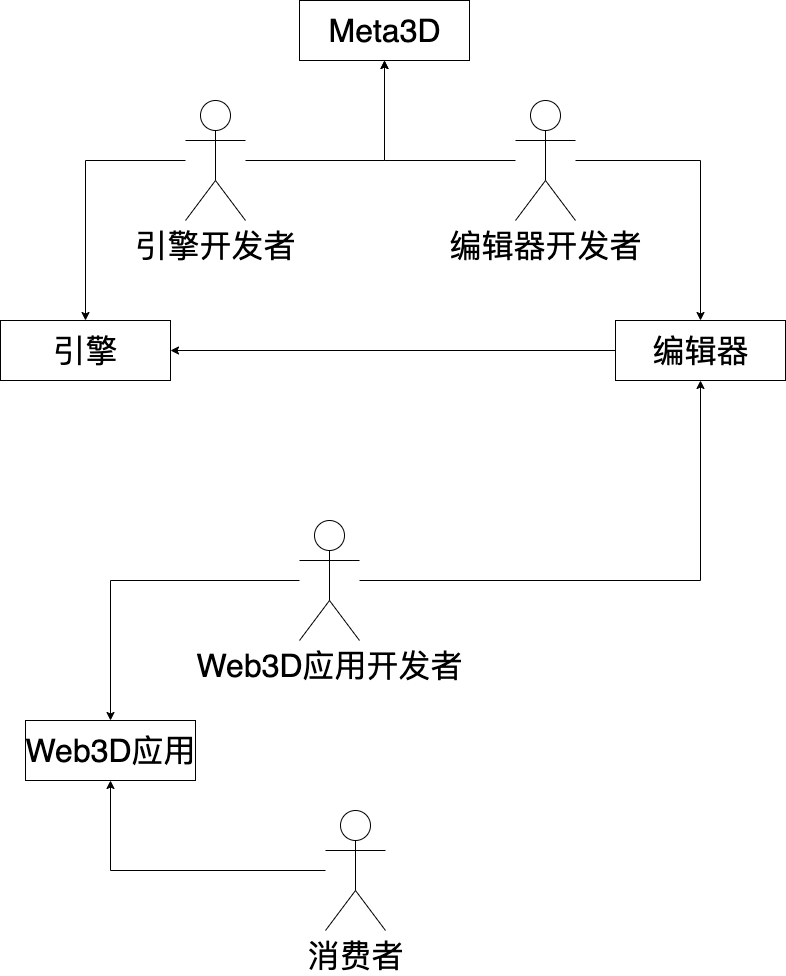
The draw.io diagram static/img/简介/用户上下文关系.png in Meta3D-Technology/Meta3D-Website, before a commit. Source tidied: cells renumbered, new cells last; positions are measured from the earlier drawing's top-left corner, leaving out a move shared by most shapes. Its diagram source:
```xml
<mxGraphModel>
  <root>
    <mxCell id="0" />
    <mxCell id="1" parent="0" />
    <mxCell id="2" style="edgeStyle=orthogonalEdgeStyle;rounded=0;jettySize=auto;html=1;entryX=0.5;entryY=1;entryDx=0;entryDy=0;" parent="1" edge="1" source="4" target="5">
      <mxGeometry relative="1" as="geometry" />
    </mxCell>
    <mxCell id="3" style="edgeStyle=orthogonalEdgeStyle;rounded=0;jettySize=auto;html=1;entryX=0.5;entryY=0;entryDx=0;entryDy=0;" parent="1" edge="1" source="4" target="11">
      <mxGeometry relative="1" as="geometry" />
    </mxCell>
    <mxCell id="4" value="引擎开发者" style="shape=umlActor;verticalLabelPosition=bottom;verticalAlign=top;html=1;outlineConnect=0;fontSize=32;" parent="1" vertex="1">
      <mxGeometry x="185" y="100" width="60" height="120" as="geometry" />
    </mxCell>
    <mxCell id="5" value="Meta3D" style="html=1;fontSize=32;" parent="1" vertex="1">
      <mxGeometry x="299" width="170" height="60" as="geometry" />
    </mxCell>
    <mxCell id="6" style="edgeStyle=orthogonalEdgeStyle;rounded=0;jettySize=auto;html=1;entryX=0.5;entryY=1;entryDx=0;entryDy=0;" parent="1" edge="1" source="8" target="16">
      <mxGeometry relative="1" as="geometry" />
    </mxCell>
    <mxCell id="7" style="edgeStyle=orthogonalEdgeStyle;rounded=0;jettySize=auto;html=1;" parent="1" edge="1" source="8" target="17">
      <mxGeometry relative="1" as="geometry" />
    </mxCell>
    <mxCell id="8" value="Web3D应用开发者" style="shape=umlActor;verticalLabelPosition=bottom;verticalAlign=top;html=1;outlineConnect=0;fontSize=32;" parent="1" vertex="1">
      <mxGeometry x="299" y="520" width="60" height="120" as="geometry" />
    </mxCell>
    <mxCell id="9" style="edgeStyle=orthogonalEdgeStyle;rounded=0;jettySize=auto;html=1;entryX=0.5;entryY=1;entryDx=0;entryDy=0;" parent="1" edge="1" source="10" target="17">
      <mxGeometry relative="1" as="geometry" />
    </mxCell>
    <mxCell id="10" value="消费者" style="shape=umlActor;verticalLabelPosition=bottom;verticalAlign=top;html=1;outlineConnect=0;fontSize=32;" parent="1" vertex="1">
      <mxGeometry x="325" y="810" width="60" height="120" as="geometry" />
    </mxCell>
    <mxCell id="11" value="引擎" style="html=1;fontSize=32;" parent="1" vertex="1">
      <mxGeometry y="320" width="170" height="60" as="geometry" />
    </mxCell>
    <mxCell id="12" style="edgeStyle=orthogonalEdgeStyle;rounded=0;jettySize=auto;html=1;entryX=0.5;entryY=1;entryDx=0;entryDy=0;" parent="1" edge="1" source="14" target="5">
      <mxGeometry relative="1" as="geometry" />
    </mxCell>
    <mxCell id="13" style="edgeStyle=orthogonalEdgeStyle;rounded=0;jettySize=auto;html=1;" parent="1" edge="1" source="14" target="16">
      <mxGeometry relative="1" as="geometry" />
    </mxCell>
    <mxCell id="14" value="编辑器开发者" style="shape=umlActor;verticalLabelPosition=bottom;verticalAlign=top;html=1;outlineConnect=0;fontSize=32;" parent="1" vertex="1">
      <mxGeometry x="515" y="100" width="60" height="120" as="geometry" />
    </mxCell>
    <mxCell id="15" style="edgeStyle=orthogonalEdgeStyle;rounded=0;jettySize=auto;html=1;" parent="1" edge="1" source="16" target="11">
      <mxGeometry relative="1" as="geometry" />
    </mxCell>
    <mxCell id="16" value="编辑器" style="html=1;fontSize=32;" parent="1" vertex="1">
      <mxGeometry x="615" y="320" width="170" height="60" as="geometry" />
    </mxCell>
    <mxCell id="17" value="Web3D应用" style="html=1;fontSize=32;" parent="1" vertex="1">
      <mxGeometry x="25" y="720" width="170" height="60" as="geometry" />
    </mxCell>
  </root>
</mxGraphModel>
```
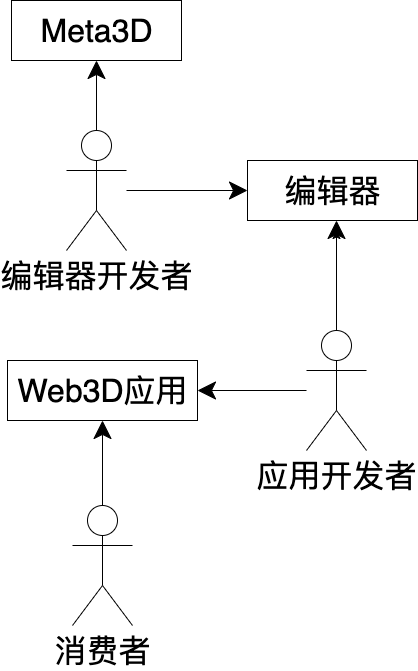
After the commit.

The edit, as a diff of the source:
```diff
@@ -2,53 +2,45 @@
   <root>
     <mxCell id="0" />
     <mxCell id="1" parent="0" />
-    <mxCell id="2" style="edgeStyle=orthogonalEdgeStyle;rounded=0;jettySize=auto;html=1;entryX=0.5;entryY=1;entryDx=0;entryDy=0;" parent="1" edge="1" source="4" target="5">
-      <mxGeometry relative="1" as="geometry" />
-    </mxCell>
-    <mxCell id="3" style="edgeStyle=orthogonalEdgeStyle;rounded=0;jettySize=auto;html=1;entryX=0.5;entryY=0;entryDx=0;entryDy=0;" parent="1" edge="1" source="4" target="11">
-      <mxGeometry relative="1" as="geometry" />
-    </mxCell>
-    <mxCell id="4" value="引擎开发者" style="shape=umlActor;verticalLabelPosition=bottom;verticalAlign=top;html=1;outlineConnect=0;fontSize=32;" parent="1" vertex="1">
-      <mxGeometry x="185" y="100" width="60" height="120" as="geometry" />
-    </mxCell>
     <mxCell id="5" value="Meta3D" style="html=1;fontSize=32;" parent="1" vertex="1">
       <mxGeometry x="299" width="170" height="60" as="geometry" />
     </mxCell>
-    <mxCell id="6" style="edgeStyle=orthogonalEdgeStyle;rounded=0;jettySize=auto;html=1;entryX=0.5;entryY=1;entryDx=0;entryDy=0;" parent="1" edge="1" source="8" target="16">
-      <mxGeometry relative="1" as="geometry" />
+    <mxCell id="6" style="edgeStyle=orthogonalEdgeStyle;rounded=0;jettySize=auto;html=1;entryX=0.5;entryY=1;entryDx=0;entryDy=0;" parent="1" edge="1" source="8">
+      <mxGeometry relative="1" as="geometry">
+        <mxPoint x="624" y="230" as="targetPoint" />
+      </mxGeometry>
     </mxCell>
-    <mxCell id="7" style="edgeStyle=orthogonalEdgeStyle;rounded=0;jettySize=auto;html=1;" parent="1" edge="1" source="8" target="17">
+    <mxCell id="7" style="edgeStyle=orthogonalEdgeStyle;rounded=0;jettySize=auto;html=1;endSize=16;startSize=16;" parent="1" edge="1" source="8" target="17">
       <mxGeometry relative="1" as="geometry" />
     </mxCell>
+    <mxCell id="18" style="edgeStyle=orthogonalEdgeStyle;rounded=0;jettySize=auto;html=1;endSize=16;startSize=16;" parent="1" edge="1" source="8">
+      <mxGeometry relative="1" as="geometry">
+        <mxPoint x="624" y="220" as="targetPoint" />
+      </mxGeometry>
+    </mxCell>
-    <mxCell id="8" value="Web3D应用开发者" style="shape=umlActor;verticalLabelPosition=bottom;verticalAlign=top;html=1;outlineConnect=0;fontSize=32;" parent="1" vertex="1">
-      <mxGeometry x="299" y="520" width="60" height="120" as="geometry" />
+    <mxCell id="8" value="应用开发者" style="shape=umlActor;verticalLabelPosition=bottom;verticalAlign=top;html=1;outlineConnect=0;fontSize=32;" parent="1" vertex="1">
+      <mxGeometry x="594" y="330" width="60" height="120" as="geometry" />
     </mxCell>
-    <mxCell id="9" style="edgeStyle=orthogonalEdgeStyle;rounded=0;jettySize=auto;html=1;entryX=0.5;entryY=1;entryDx=0;entryDy=0;" parent="1" edge="1" source="10" target="17">
+    <mxCell id="9" style="edgeStyle=orthogonalEdgeStyle;rounded=0;jettySize=auto;html=1;entryX=0.5;entryY=1;entryDx=0;entryDy=0;endSize=16;startSize=16;" parent="1" edge="1" source="10" target="17">
       <mxGeometry relative="1" as="geometry" />
     </mxCell>
     <mxCell id="10" value="消费者" style="shape=umlActor;verticalLabelPosition=bottom;verticalAlign=top;html=1;outlineConnect=0;fontSize=32;" parent="1" vertex="1">
-      <mxGeometry x="325" y="810" width="60" height="120" as="geometry" />
+      <mxGeometry x="360" y="505" width="60" height="120" as="geometry" />
     </mxCell>
-    <mxCell id="11" value="引擎" style="html=1;fontSize=32;" parent="1" vertex="1">
-      <mxGeometry y="320" width="170" height="60" as="geometry" />
-    </mxCell>
-    <mxCell id="12" style="edgeStyle=orthogonalEdgeStyle;rounded=0;jettySize=auto;html=1;entryX=0.5;entryY=1;entryDx=0;entryDy=0;" parent="1" edge="1" source="14" target="5">
+    <mxCell id="12" style="edgeStyle=orthogonalEdgeStyle;rounded=0;jettySize=auto;html=1;entryX=0.5;entryY=1;entryDx=0;entryDy=0;endSize=16;startSize=16;" parent="1" edge="1" source="14" target="5">
       <mxGeometry relative="1" as="geometry" />
     </mxCell>
-    <mxCell id="13" style="edgeStyle=orthogonalEdgeStyle;rounded=0;jettySize=auto;html=1;" parent="1" edge="1" source="14" target="16">
+    <mxCell id="13" style="edgeStyle=orthogonalEdgeStyle;rounded=0;jettySize=auto;html=1;endSize=16;startSize=16;" parent="1" edge="1" source="14" target="16">
       <mxGeometry relative="1" as="geometry" />
     </mxCell>
     <mxCell id="14" value="编辑器开发者" style="shape=umlActor;verticalLabelPosition=bottom;verticalAlign=top;html=1;outlineConnect=0;fontSize=32;" parent="1" vertex="1">
-      <mxGeometry x="515" y="100" width="60" height="120" as="geometry" />
+      <mxGeometry x="354" y="130" width="60" height="120" as="geometry" />
     </mxCell>
-    <mxCell id="15" style="edgeStyle=orthogonalEdgeStyle;rounded=0;jettySize=auto;html=1;" parent="1" edge="1" source="16" target="11">
-      <mxGeometry relative="1" as="geometry" />
-    </mxCell>
     <mxCell id="16" value="编辑器" style="html=1;fontSize=32;" parent="1" vertex="1">
-      <mxGeometry x="615" y="320" width="170" height="60" as="geometry" />
+      <mxGeometry x="535" y="160" width="170" height="60" as="geometry" />
     </mxCell>
     <mxCell id="17" value="Web3D应用" style="html=1;fontSize=32;" parent="1" vertex="1">
-      <mxGeometry x="25" y="720" width="170" height="60" as="geometry" />
+      <mxGeometry x="295" y="360" width="190" height="60" as="geometry" />
     </mxCell>
   </root>
 </mxGraphModel>
```
